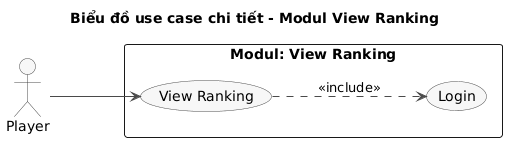
The PlantUML diagram docs/uml/pha1/uc-m2-view-ranking.png in VattenL/mobile-pikachu, before a commit. The source it was exported from:
```plantuml
@startuml
title Biểu đồ use case chi tiết - Modul View Ranking

left to right direction
skinparam linetype polyline
skinparam packageStyle rectangle
skinparam shadowing false
skinparam nodesep 25
skinparam ranksep 90
skinparam usecase {
  BackgroundColor #F7F7F7
  BorderColor #4A4A4A
  ArrowColor #4A4A4A
}
skinparam actor {
  BackgroundColor #F7F7F7
  BorderColor #4A4A4A
}

actor "Player" as Player

rectangle "Modul: View Ranking" {
  usecase "View Ranking" as UC04
  usecase "Login" as UC02
}

Player --> UC04
UC04 ..> UC02 : <<include>>
@enduml
```
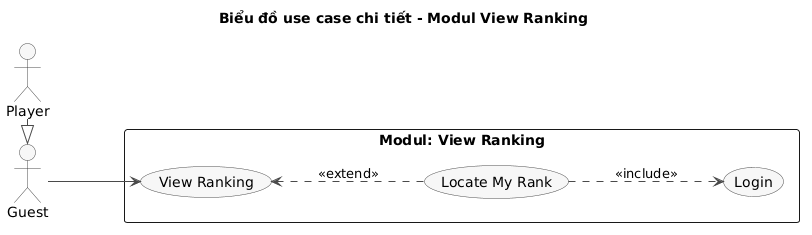
Later version of the same file.

What changed in the source:
```diff
@@ -17,13 +17,17 @@
   BorderColor #4A4A4A
 }
 
+actor "Guest" as Guest
 actor "Player" as Player
 
 rectangle "Modul: View Ranking" {
   usecase "View Ranking" as UC04
+  usecase "Locate My Rank" as UC04_1
   usecase "Login" as UC02
 }
 
-Player --> UC04
-UC04 ..> UC02 : <<include>>
+Player -|> Guest
+Guest --> UC04
+UC04 <.. UC04_1 : <<extend>>
+UC04_1 ..> UC02 : <<include>>
 @enduml
```
